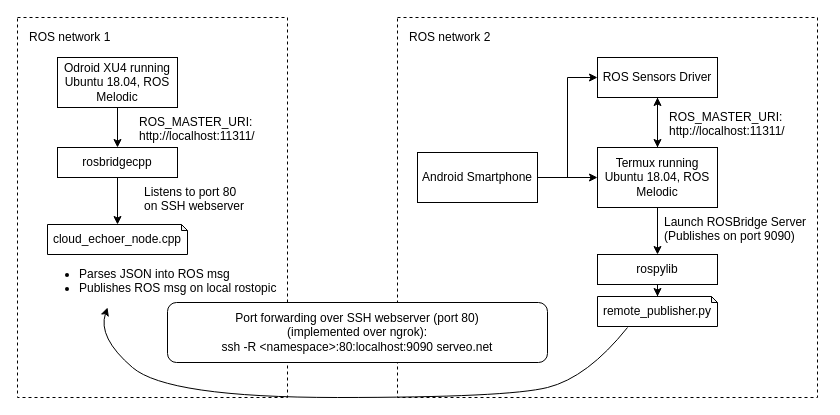
This is ROSBridge Architecture.drawio from prasannawilliams/high-level-architecture, a draw.io file, before an edit. Source tidied: cells renumbered, new cells numbered last; positions are measured from the earlier drawing's top-left corner, leaving out a move shared by most shapes. Both pictures are drawn from the tidied source at 100%, with x=0, y=0 at pixel (17, 17).
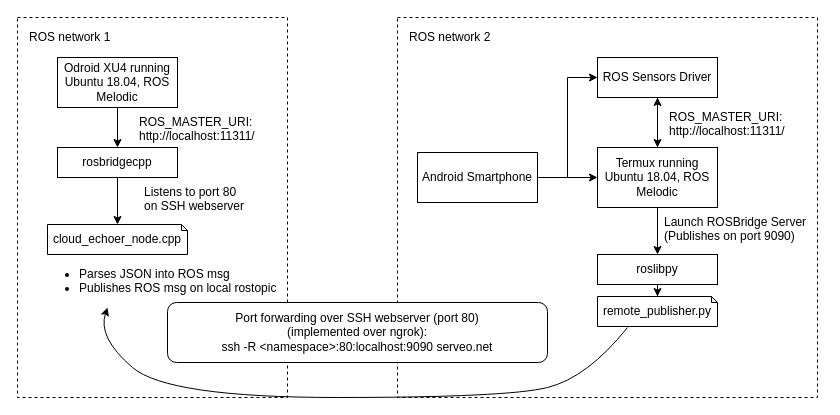
After the change.

The edit, as a diff of the source:
```diff
@@
-    <mxCell id="13" value="rospylib" style="rounded=0;whiteSpace=wrap;html=1;" parent="1" vertex="1">
+    <mxCell id="13" value="roslibpy" style="rounded=0;whiteSpace=wrap;html=1;" parent="1" vertex="1">
       <mxGeometry x="580" y="237" width="120" height="30" as="geometry" />
     </mxCell>
```
